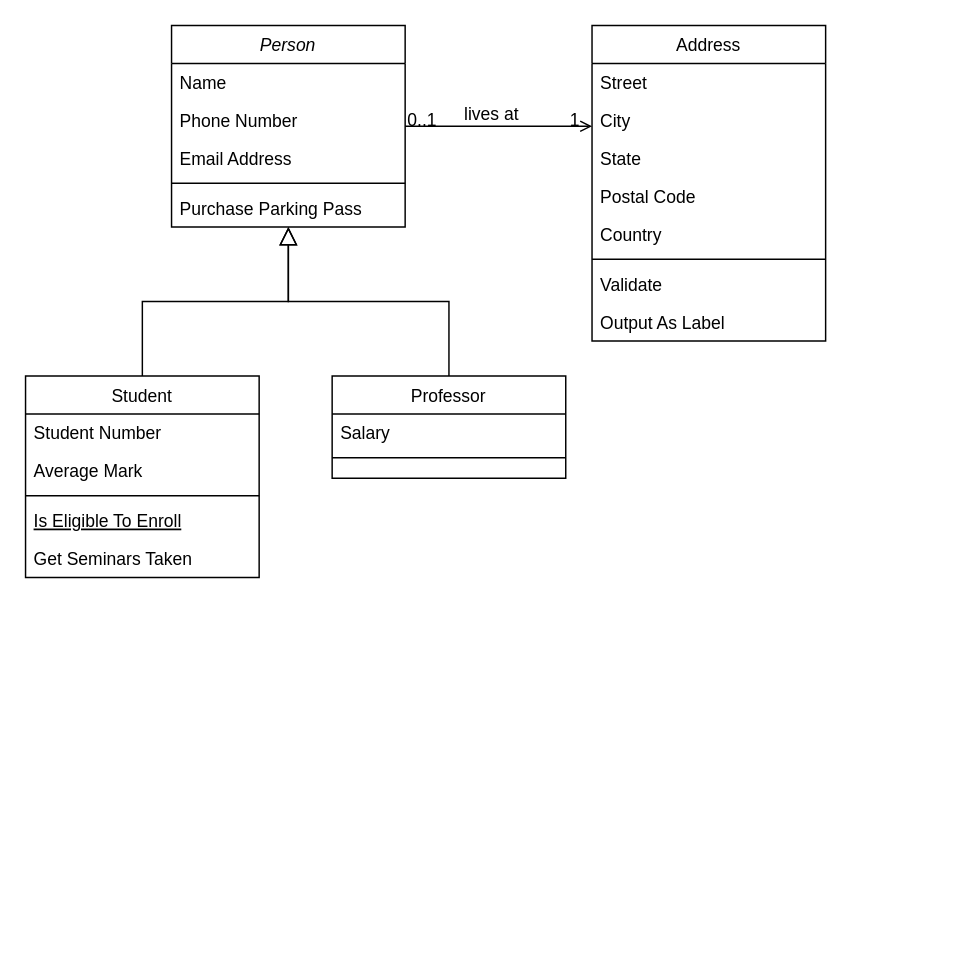
This is Datos/Untitled Diagram.drawio from Mewsho/Muni-Book, a draw.io file, before an edit. Source tidied: cells renumbered, new cells numbered last; positions are measured from the earlier drawing's top-left corner, leaving out a move shared by most shapes. Both pictures are drawn from the tidied source at 146%, with x=0, y=0 at pixel (25, 25).
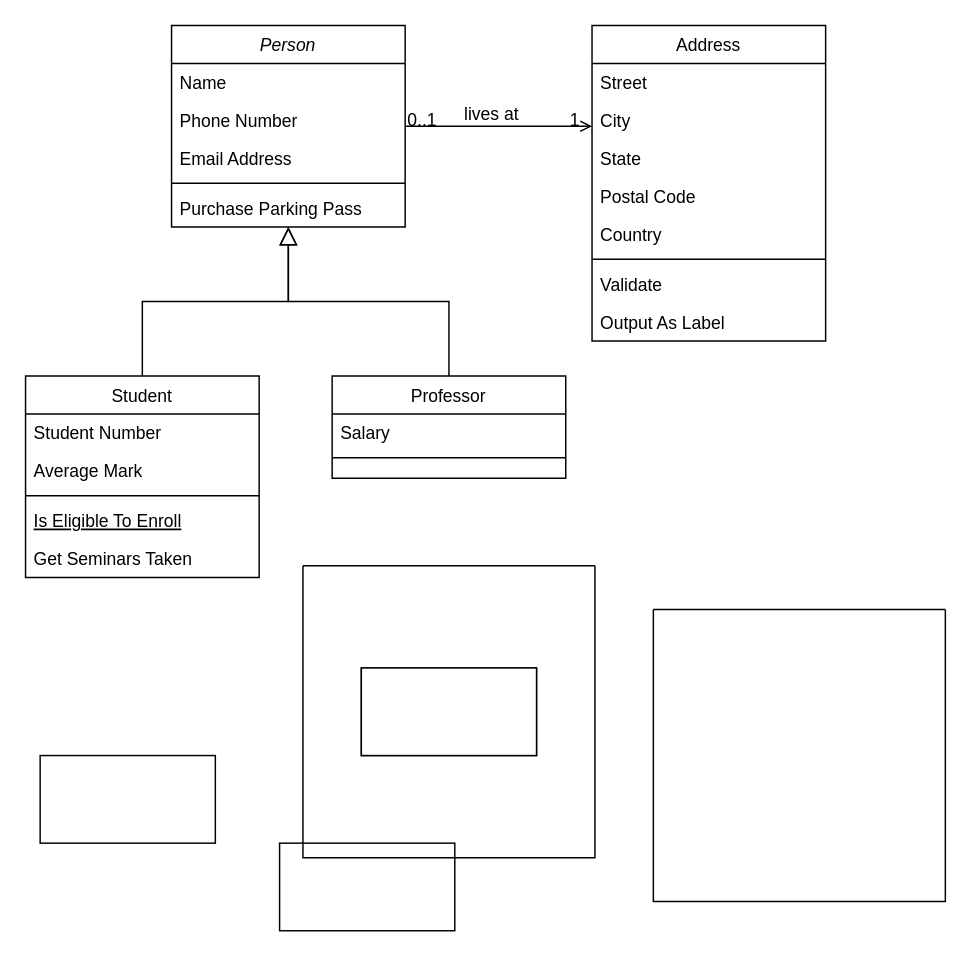
Above is the later version.

What changed in the source:
```diff
@@
+    <mxCell id="32" style="rounded=0;whiteSpace=wrap;html=1;" parent="1" vertex="1">
+      <mxGeometry x="230" y="440" width="120" height="60" as="geometry" />
+    </mxCell>
+    <mxCell id="33" style="rounded=0;whiteSpace=wrap;html=1;" parent="1" vertex="1">
+      <mxGeometry x="230" y="440" width="120" height="60" as="geometry" />
+    </mxCell>
+    <mxCell id="34" style="rounded=0;whiteSpace=wrap;html=1;" parent="1" vertex="1">
+      <mxGeometry x="174" y="560" width="120" height="60" as="geometry" />
+    </mxCell>
+    <mxCell id="35" style="rounded=0;whiteSpace=wrap;html=1;" parent="1" vertex="1">
+      <mxGeometry x="10" y="500" width="120" height="60" as="geometry" />
+    </mxCell>
+    <mxCell id="36" style="swimlane;startSize=0;" parent="1" vertex="1">
+      <mxGeometry x="190" y="370" width="200" height="200" as="geometry" />
+    </mxCell>
+    <mxCell id="37" style="swimlane;startSize=0;" parent="1" vertex="1">
+      <mxGeometry x="430" y="400" width="200" height="200" as="geometry" />
+    </mxCell>
```
